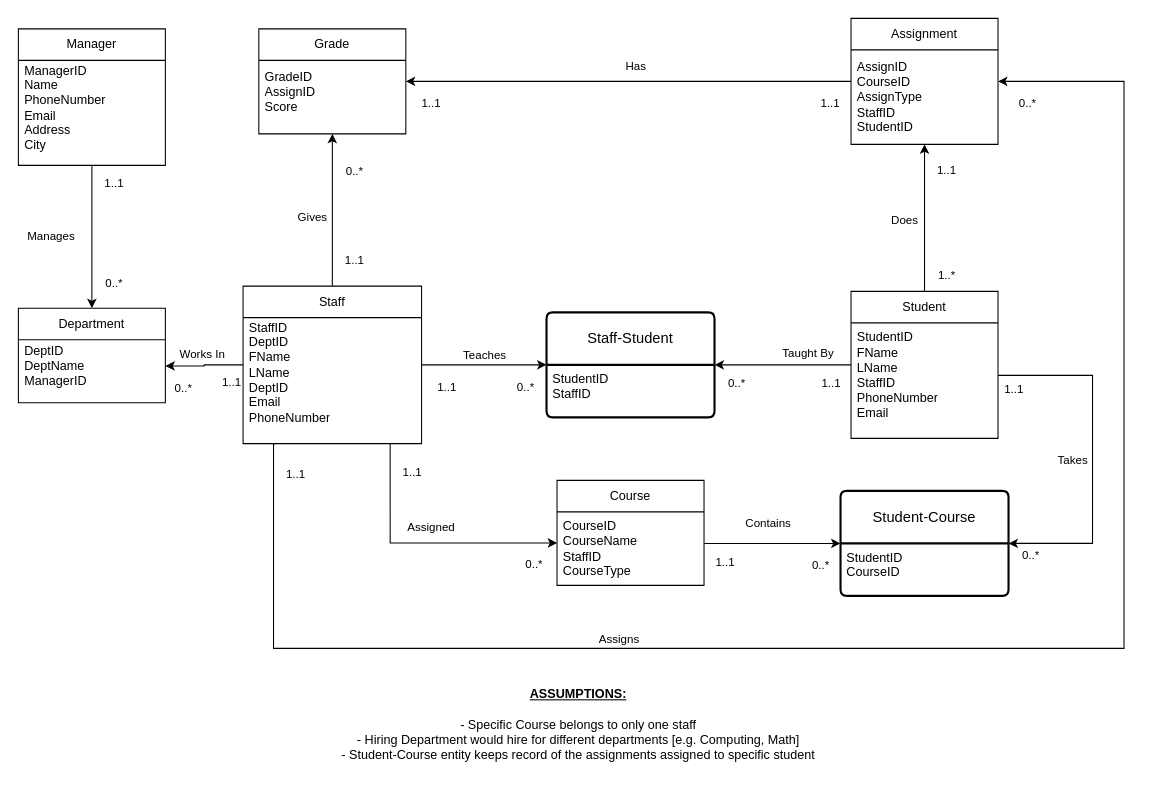
CaptainCaswell/CIS270-GroupProject keeps this draw.io diagram as EduConnect.drawio. Above is the earlier version. Source tidied: cells renumbered, new cells numbered last; positions are measured from the earlier drawing's top-left corner, leaving out a move shared by most shapes. Both pictures are drawn from the tidied source at 105%, with x=0, y=0 at pixel (18, 18).
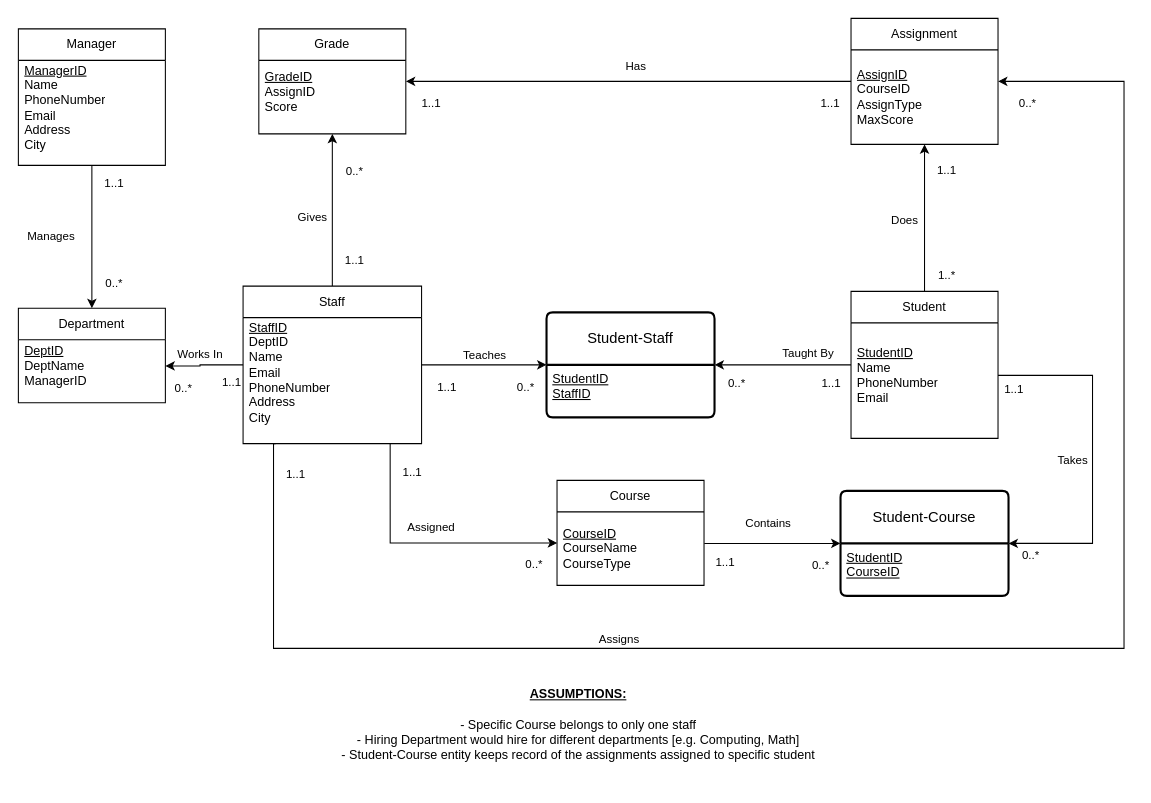
After the change.

The change refers to these unchanged cells:
```xml
<mxCell id="6" value="Grade" style="swimlane;fontStyle=0;horizontal=1;startSize=30;whiteSpace=wrap;html=1;" parent="1" vertex="1">
  <mxGeometry x="229" y="10" width="140" height="100" as="geometry" />
</mxCell>
<mxCell id="13" value="Assignment" style="swimlane;fontStyle=0;horizontal=1;startSize=30;whiteSpace=wrap;html=1;" parent="1" vertex="1">
  <mxGeometry x="793" width="140" height="120" as="geometry" />
</mxCell>
<mxCell id="20" value="Student" style="swimlane;fontStyle=0;horizontal=1;startSize=30;whiteSpace=wrap;html=1;" parent="1" vertex="1">
  <mxGeometry x="793" y="260" width="140" height="140" as="geometry" />
</mxCell>
<mxCell id="33" value="Manager" style="swimlane;fontStyle=0;horizontal=1;startSize=30;whiteSpace=wrap;html=1;" parent="1" vertex="1">
  <mxGeometry y="10" width="140" height="130" as="geometry" />
</mxCell>
<mxCell id="45" value="Staff" style="swimlane;fontStyle=0;horizontal=1;startSize=30;whiteSpace=wrap;html=1;" parent="1" vertex="1">
  <mxGeometry x="214" y="255" width="170" height="150" as="geometry" />
</mxCell>
<mxCell id="56" value="Student-Course" style="swimlane;horizontal=1;startSize=50;rounded=1;fontSize=14;fontStyle=0;strokeWidth=2;shadow=0;dashed=0;align=center;arcSize=4;whiteSpace=wrap;html=1;" parent="1" vertex="1">
  <mxGeometry x="783" y="450" width="160" height="100" as="geometry" />
</mxCell>
<mxCell id="66" value="Course" style="swimlane;fontStyle=0;horizontal=1;startSize=30;whiteSpace=wrap;html=1;" parent="1" vertex="1">
  <mxGeometry x="513" y="440" width="140" height="100" as="geometry" />
</mxCell>
<mxCell id="69" value="Department" style="swimlane;fontStyle=0;horizontal=1;startSize=30;whiteSpace=wrap;html=1;" parent="1" vertex="1">
  <mxGeometry y="276" width="140" height="90" as="geometry" />
</mxCell>
```

Diff of the diagram source:
```diff
@@
-    <mxCell id="7" value="GradeID&lt;div&gt;AssignID&lt;/div&gt;&lt;div&gt;Score&lt;/div&gt;" style="text;strokeColor=none;fillColor=none;align=left;verticalAlign=middle;spacingLeft=4;spacingRight=4;overflow=hidden;whiteSpace=wrap;html=1;" parent="6" vertex="1">
+    <mxCell id="7" value="&lt;u&gt;GradeID&lt;/u&gt;&lt;div&gt;AssignID&lt;/div&gt;&lt;div&gt;Score&lt;/div&gt;" style="text;strokeColor=none;fillColor=none;align=left;verticalAlign=middle;spacingLeft=4;spacingRight=4;overflow=hidden;whiteSpace=wrap;html=1;" parent="6" vertex="1">
       <mxGeometry y="30" width="140" height="60" as="geometry" />
     </mxCell>
@@
-    <mxCell id="14" value="AssignID&lt;div&gt;CourseID&lt;/div&gt;&lt;div&gt;AssignType&lt;/div&gt;&lt;div&gt;StaffID&lt;/div&gt;&lt;div&gt;StudentID&lt;/div&gt;" style="text;strokeColor=none;fillColor=none;align=left;verticalAlign=middle;spacingLeft=4;spacingRight=4;overflow=hidden;whiteSpace=wrap;html=1;" parent="13" vertex="1">
+    <mxCell id="14" value="&lt;u&gt;AssignID&lt;/u&gt;&lt;div&gt;CourseID&lt;/div&gt;&lt;div&gt;AssignType&lt;/div&gt;&lt;div&gt;MaxScore&lt;/div&gt;" style="text;strokeColor=none;fillColor=none;align=left;verticalAlign=middle;spacingLeft=4;spacingRight=4;overflow=hidden;whiteSpace=wrap;html=1;" parent="13" vertex="1">
       <mxGeometry y="30" width="140" height="90" as="geometry" />
     </mxCell>
@@
-    <mxCell id="21" value="StudentID&lt;div&gt;&lt;div&gt;FName&lt;/div&gt;&lt;div&gt;LName&lt;/div&gt;&lt;div&gt;StaffID&lt;/div&gt;&lt;div&gt;PhoneNumber&lt;/div&gt;&lt;div&gt;Email&lt;/div&gt;&lt;/div&gt;" style="text;strokeColor=none;fillColor=none;align=left;verticalAlign=middle;spacingLeft=4;spacingRight=4;overflow=hidden;points=[[0,0.5],[1,0.5]];portConstraint=eastwest;whiteSpace=wrap;html=1;" parent="20" vertex="1">
+    <mxCell id="21" value="&lt;u&gt;StudentID&lt;/u&gt;&lt;div&gt;&lt;div&gt;Name&lt;/div&gt;&lt;div&gt;PhoneNumber&lt;/div&gt;&lt;div&gt;Email&lt;/div&gt;&lt;/div&gt;" style="text;strokeColor=none;fillColor=none;align=left;verticalAlign=middle;spacingLeft=4;spacingRight=4;overflow=hidden;points=[[0,0.5],[1,0.5]];portConstraint=eastwest;whiteSpace=wrap;html=1;" parent="20" vertex="1">
       <mxGeometry y="30" width="140" height="100" as="geometry" />
     </mxCell>
@@
     <mxCell id="25" style="edgeStyle=orthogonalEdgeStyle;rounded=0;jettySize=auto;html=1;entryX=1;entryY=0.5;entryDx=0;entryDy=0;exitX=0;exitY=0.5;exitDx=0;exitDy=0;" parent="1" edge="1" source="45" target="70">
-      <mxGeometry relative="1" as="geometry" />
+      <mxGeometry relative="1" as="geometry">
+        <Array as="points">
+          <mxPoint x="173" y="330" />
+        </Array>
+      </mxGeometry>
     </mxCell>
@@
-    <mxCell id="34" value="ManagerID&lt;div&gt;Name&lt;/div&gt;&lt;div&gt;PhoneNumber&lt;/div&gt;&lt;div&gt;Email&lt;/div&gt;&lt;div&gt;Address&lt;/div&gt;&lt;div&gt;City&lt;/div&gt;" style="text;strokeColor=none;fillColor=none;align=left;verticalAlign=middle;spacingLeft=4;spacingRight=4;overflow=hidden;whiteSpace=wrap;html=1;" parent="33" vertex="1">
+    <mxCell id="34" value="&lt;u&gt;ManagerID&lt;/u&gt;&lt;div&gt;Name&lt;/div&gt;&lt;div&gt;PhoneNumber&lt;/div&gt;&lt;div&gt;Email&lt;/div&gt;&lt;div&gt;Address&lt;/div&gt;&lt;div&gt;City&lt;/div&gt;" style="text;strokeColor=none;fillColor=none;align=left;verticalAlign=middle;spacingLeft=4;spacingRight=4;overflow=hidden;whiteSpace=wrap;html=1;" parent="33" vertex="1">
       <mxGeometry y="30" width="140" height="90" as="geometry" />
     </mxCell>
@@
-    <mxCell id="46" value="StaffID&lt;div&gt;DeptID&lt;br&gt;&lt;div&gt;FName&lt;/div&gt;&lt;div&gt;LName&lt;/div&gt;&lt;div&gt;&lt;span style=&quot;background-color: transparent; color: light-dark(rgb(0, 0, 0), rgb(255, 255, 255));&quot;&gt;DeptID&lt;/span&gt;&lt;/div&gt;&lt;div&gt;&lt;span style=&quot;background-color: transparent; color: light-dark(rgb(0, 0, 0), rgb(255, 255, 255));&quot;&gt;Email&lt;/span&gt;&lt;/div&gt;&lt;div&gt;PhoneNumber&lt;/div&gt;&lt;div&gt;&lt;br&gt;&lt;/div&gt;&lt;/div&gt;" style="text;strokeColor=none;fillColor=none;align=left;verticalAlign=middle;spacingLeft=4;spacingRight=4;overflow=hidden;whiteSpace=wrap;html=1;" parent="45" vertex="1">
+    <mxCell id="46" value="&lt;u&gt;StaffID&lt;/u&gt;&lt;div&gt;DeptID&lt;br&gt;&lt;div&gt;Name&lt;/div&gt;&lt;div&gt;&lt;span style=&quot;background-color: transparent; color: light-dark(rgb(0, 0, 0), rgb(255, 255, 255));&quot;&gt;Email&lt;/span&gt;&lt;/div&gt;&lt;div&gt;PhoneNumber&lt;/div&gt;&lt;div&gt;Address&lt;/div&gt;&lt;div&gt;City&lt;/div&gt;&lt;div&gt;&lt;br&gt;&lt;/div&gt;&lt;/div&gt;" style="text;strokeColor=none;fillColor=none;align=left;verticalAlign=middle;spacingLeft=4;spacingRight=4;overflow=hidden;whiteSpace=wrap;html=1;" parent="45" vertex="1">
       <mxGeometry y="30" width="170" height="110" as="geometry" />
     </mxCell>
@@
-    <mxCell id="57" value="StudentID&lt;div&gt;&lt;div&gt;CourseID&lt;/div&gt;&lt;/div&gt;" style="align=left;strokeColor=none;fillColor=none;spacingLeft=4;spacingRight=4;fontSize=12;verticalAlign=top;html=1;whiteSpace=wrap;" parent="56" vertex="1">
+    <mxCell id="57" value="&lt;u&gt;StudentID&lt;/u&gt;&lt;div&gt;&lt;div&gt;&lt;u&gt;CourseID&lt;/u&gt;&lt;/div&gt;&lt;/div&gt;" style="align=left;strokeColor=none;fillColor=none;spacingLeft=4;spacingRight=4;fontSize=12;verticalAlign=top;html=1;whiteSpace=wrap;" parent="56" vertex="1">
       <mxGeometry y="50" width="160" height="50" as="geometry" />
     </mxCell>
@@
-    <mxCell id="67" value="CourseID&lt;div&gt;CourseName&lt;/div&gt;&lt;div&gt;StaffID&lt;/div&gt;&lt;div&gt;CourseType&lt;/div&gt;" style="text;strokeColor=none;fillColor=none;align=left;verticalAlign=middle;spacingLeft=4;spacingRight=4;overflow=hidden;points=[[0,0.5],[1,0.5]];portConstraint=eastwest;whiteSpace=wrap;html=1;" parent="66" vertex="1">
+    <mxCell id="67" value="&lt;u&gt;CourseID&lt;/u&gt;&lt;div&gt;CourseName&lt;/div&gt;&lt;div&gt;&lt;span style=&quot;background-color: transparent; color: light-dark(rgb(0, 0, 0), rgb(255, 255, 255));&quot;&gt;CourseType&lt;/span&gt;&lt;/div&gt;" style="text;strokeColor=none;fillColor=none;align=left;verticalAlign=middle;spacingLeft=4;spacingRight=4;overflow=hidden;points=[[0,0.5],[1,0.5]];portConstraint=eastwest;whiteSpace=wrap;html=1;" parent="66" vertex="1">
       <mxGeometry y="30" width="140" height="70" as="geometry" />
     </mxCell>
@@
-    <mxCell id="70" value="DeptID&lt;div&gt;DeptName&lt;/div&gt;&lt;div&gt;ManagerID&lt;/div&gt;" style="text;strokeColor=none;fillColor=none;align=left;verticalAlign=middle;spacingLeft=4;spacingRight=4;overflow=hidden;points=[[0,0.5],[1,0.5]];portConstraint=eastwest;whiteSpace=wrap;html=1;" parent="69" vertex="1">
+    <mxCell id="70" value="&lt;u&gt;DeptID&lt;/u&gt;&lt;div&gt;DeptName&lt;/div&gt;&lt;div&gt;ManagerID&lt;/div&gt;" style="text;strokeColor=none;fillColor=none;align=left;verticalAlign=middle;spacingLeft=4;spacingRight=4;overflow=hidden;points=[[0,0.5],[1,0.5]];portConstraint=eastwest;whiteSpace=wrap;html=1;" parent="69" vertex="1">
       <mxGeometry y="30" width="140" height="50" as="geometry" />
     </mxCell>
@@
-    <mxCell id="73" value="Staff-Student" style="swimlane;horizontal=1;startSize=50;rounded=1;fontSize=14;fontStyle=0;strokeWidth=2;shadow=0;dashed=0;align=center;arcSize=4;whiteSpace=wrap;html=1;" parent="1" vertex="1">
+    <mxCell id="73" value="Student-Staff" style="swimlane;horizontal=1;startSize=50;rounded=1;fontSize=14;fontStyle=0;strokeWidth=2;shadow=0;dashed=0;align=center;arcSize=4;whiteSpace=wrap;html=1;" parent="1" vertex="1">
       <mxGeometry x="503" y="280" width="160" height="100" as="geometry" />
     </mxCell>
-    <mxCell id="74" value="StudentID&lt;div&gt;&lt;div&gt;StaffID&lt;/div&gt;&lt;/div&gt;" style="align=left;strokeColor=none;fillColor=none;spacingLeft=4;spacingRight=4;fontSize=12;verticalAlign=top;html=1;whiteSpace=wrap;" parent="73" vertex="1">
+    <mxCell id="74" value="&lt;u&gt;StudentID&lt;/u&gt;&lt;div&gt;&lt;div&gt;&lt;u&gt;StaffID&lt;/u&gt;&lt;/div&gt;&lt;/div&gt;" style="align=left;strokeColor=none;fillColor=none;spacingLeft=4;spacingRight=4;fontSize=12;verticalAlign=top;html=1;whiteSpace=wrap;" parent="73" vertex="1">
       <mxGeometry y="50" width="160" height="50" as="geometry" />
     </mxCell>
```
